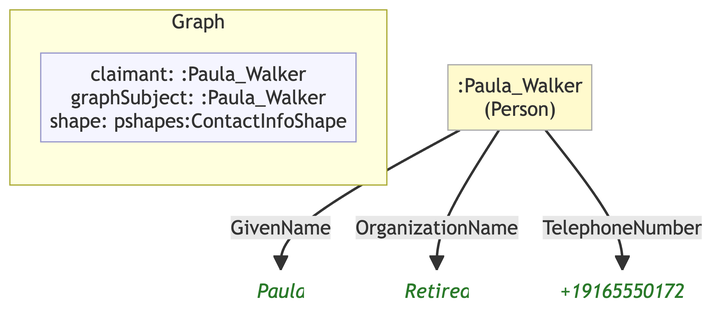
This is example/graphs/images/graph-57.png from MeeFoundation/mia-ontologies, a Mermaid export, as it was before one commit. Its source is kept beside it as example/graphs/images/graph-57.mmd.
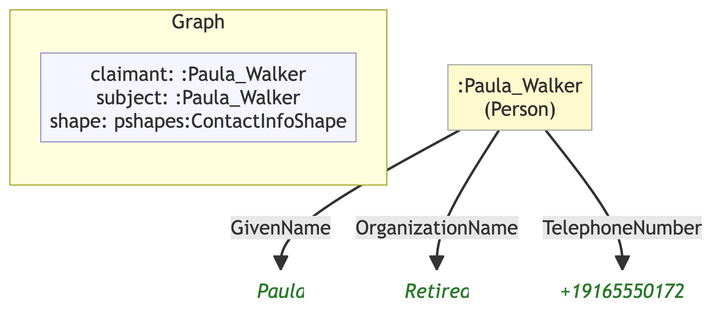
The same diagram one commit later.

The edit, as a diff of the source:
```diff
@@ -7,14 +7,14 @@
 
     subgraph ctx["Graph"]
         direction LR
-        ctx_meta["claimant: :Paula_Walker\ngraphSubject: :Paula_Walker\nshape: pshapes:ContactInfoShape"]:::meta
+        ctx_meta["claimant: :Paula_Walker\nsubject: :Paula_Walker\nshape: pshapes:ContactInfoShape"]:::meta
     end
 
     n679aafec7a4b[":Paula_Walker\n(Person)"]:::person
-    nf09cdc092d01("Paula"):::lit
-    n1addbe4f2eea("Retired"):::lit
-    n770cb4b8e788("+19165550172"):::lit
+    nf9f3540afb21("Paula"):::lit
+    n1fda0674cb68("Retired"):::lit
+    n4f76ec01d829("+19165550172"):::lit
 
-    n679aafec7a4b -->|"GivenName"| nf09cdc092d01
-    n679aafec7a4b -->|"OrganizationName"| n1addbe4f2eea
-    n679aafec7a4b -->|"TelephoneNumber"| n770cb4b8e788
+    n679aafec7a4b -->|"GivenName"| nf9f3540afb21
+    n679aafec7a4b -->|"OrganizationName"| n1fda0674cb68
+    n679aafec7a4b -->|"TelephoneNumber"| n4f76ec01d829
```
